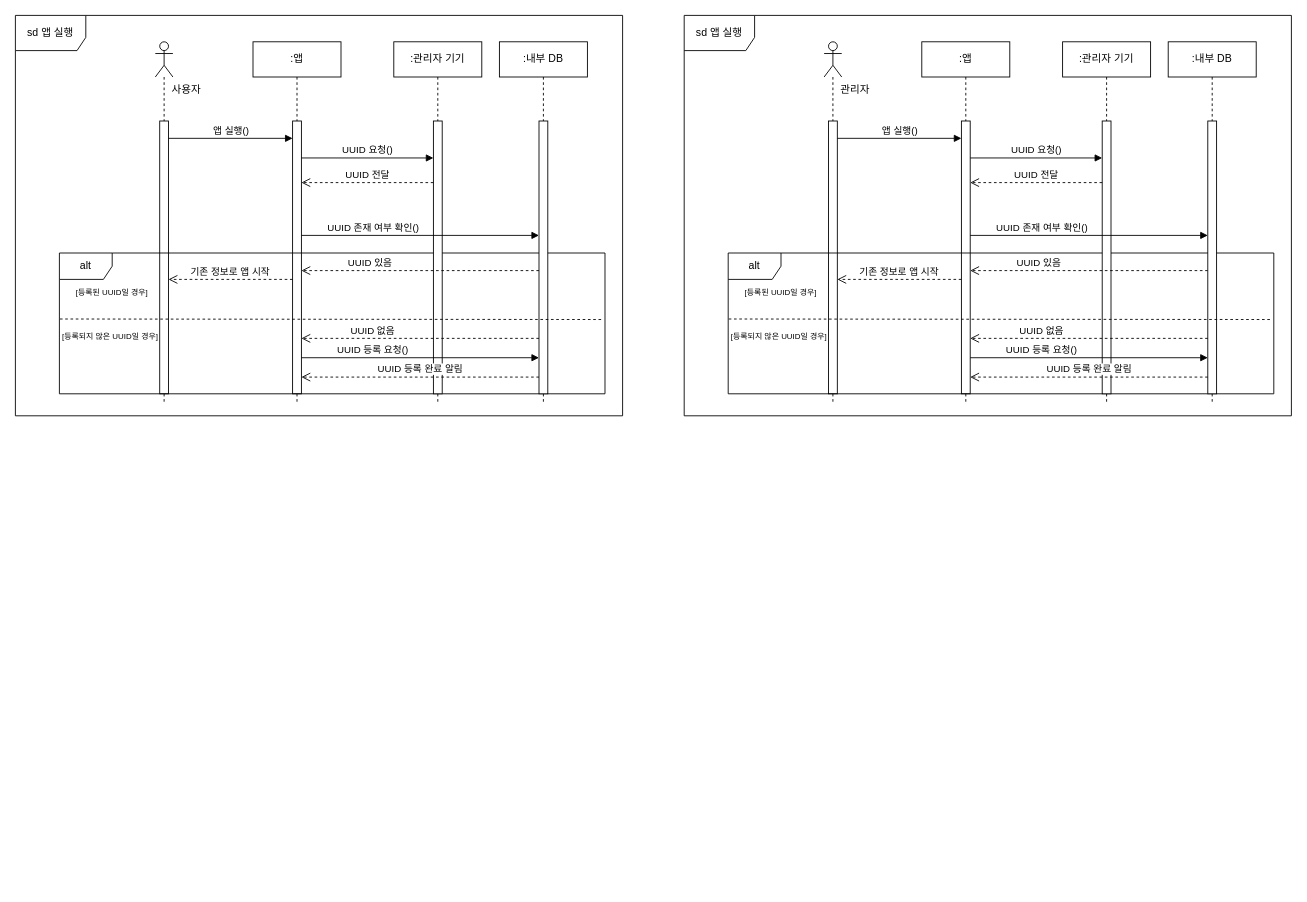
Earlier version of the draw.io diagram page "sd 앱 실행" (2 of 8) of sd.drawio (wnthsk/sejujun). Source tidied: cells renumbered, new cells numbered last; positions are measured from the earlier drawing's top-left corner, leaving out a move shared by most shapes. Both pictures are drawn from the tidied source at 88%, with x=0, y=0 at pixel (15, 15).
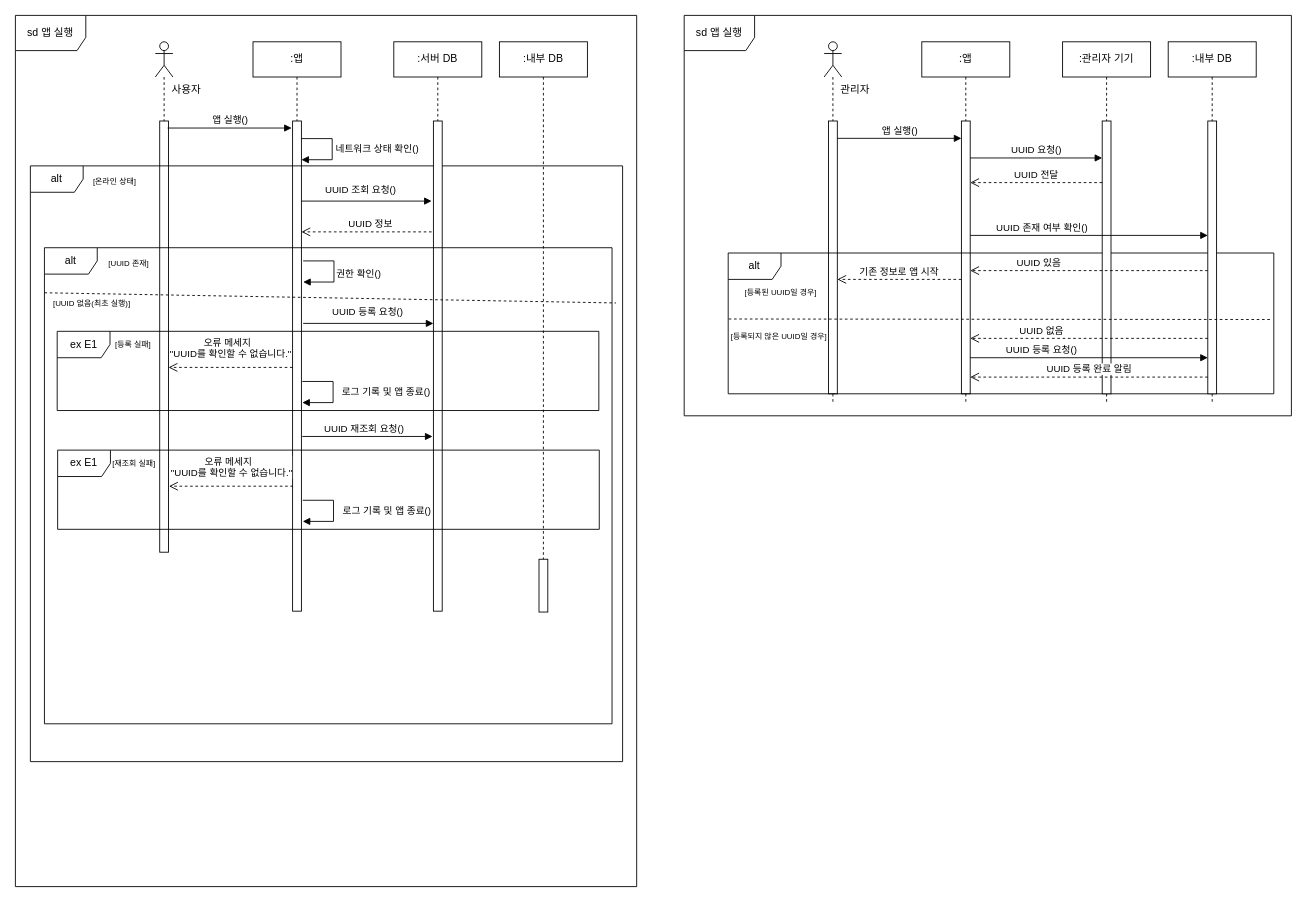
The same diagram, later.

The edit, as a diff of the source:
```diff
@@
     <mxCell id="2" style="shape=umlLifeline;perimeter=lifelinePerimeter;whiteSpace=wrap;html=1;newEdgeStyle={&quot;curved&quot;:0,&quot;rounded&quot;:0};participant=umlActor;size=40;" parent="1" vertex="1">
-      <mxGeometry x="159" y="30" width="20" height="410" as="geometry" />
+      <mxGeometry x="159" y="30" width="20" height="580" as="geometry" />
     </mxCell>
     <mxCell id="3" style="html=1;points=[[0,0,0,0,5],[0,1,0,0,-5],[1,0,0,0,5],[1,1,0,0,-5]];perimeter=orthogonalPerimeter;outlineConnect=0;targetShapes=umlLifeline;portConstraint=eastwest;newEdgeStyle={&quot;curved&quot;:0,&quot;rounded&quot;:0};" parent="2" vertex="1">
-      <mxGeometry x="5" y="90" width="10" height="310" as="geometry" />
+      <mxGeometry x="5" y="90" width="10" height="490" as="geometry" />
     </mxCell>
@@
     <mxCell id="5" value="sd 앱 실행" style="shape=umlFrame;whiteSpace=wrap;html=1;width=80;height=40;" parent="1" vertex="1">
-      <mxGeometry width="690" height="455" as="geometry" />
+      <mxGeometry width="706" height="990" as="geometry" />
     </mxCell>
     <mxCell id="6" value=":앱" style="shape=umlLifeline;perimeter=lifelinePerimeter;whiteSpace=wrap;html=1;newEdgeStyle={&quot;curved&quot;:0,&quot;rounded&quot;:0};" parent="1" vertex="1">
-      <mxGeometry x="270" y="30" width="100" height="410" as="geometry" />
+      <mxGeometry x="270" y="30" width="100" height="647" as="geometry" />
     </mxCell>
     <mxCell id="7" style="html=1;points=[[0,0,0,0,5],[0,1,0,0,-5],[1,0,0,0,5],[1,1,0,0,-5]];perimeter=orthogonalPerimeter;outlineConnect=0;targetShapes=umlLifeline;portConstraint=eastwest;newEdgeStyle={&quot;curved&quot;:0,&quot;rounded&quot;:0};" parent="6" vertex="1">
-      <mxGeometry x="45" y="90" width="10" height="310" as="geometry" />
+      <mxGeometry x="45" y="90" width="10" height="557" as="geometry" />
     </mxCell>
+    <mxCell id="14" value="네트워크 상태 확인()" style="html=1;verticalAlign=bottom;endArrow=block;curved=0;rounded=0;" parent="6" edge="1" source="7" target="7">
+      <mxGeometry x="0.19" y="51" relative="1" as="geometry">
+        <Array as="points">
+          <mxPoint x="90" y="110" />
+          <mxPoint x="90" y="134" />
+        </Array>
+      </mxGeometry>
+    </mxCell>
-    <mxCell id="8" value="앱 실행()" style="html=1;verticalAlign=bottom;endArrow=block;curved=0;rounded=0;entryX=0;entryY=0;entryDx=0;entryDy=5;" parent="1" edge="1" source="3">
+    <mxCell id="8" value="앱 실행()" style="html=1;verticalAlign=bottom;endArrow=block;curved=0;rounded=0;entryX=0;entryY=0;entryDx=0;entryDy=5;" parent="1" edge="1">
       <mxGeometry relative="1" as="geometry">
-        <mxPoint x="315" y="139.7" as="targetPoint" />
+        <mxPoint x="173" y="128" as="sourcePoint" />
+        <mxPoint x="314" y="128" as="targetPoint" />
       </mxGeometry>
     </mxCell>
-    <mxCell id="9" value="기존 정보로 앱 시작" style="html=1;verticalAlign=bottom;endArrow=open;dashed=1;endSize=8;curved=0;rounded=0;exitX=0;exitY=1;exitDx=0;exitDy=-5;" parent="1" edge="1" target="3">
-      <mxGeometry relative="1" as="geometry">
-        <mxPoint x="315" y="300" as="sourcePoint" />
-      </mxGeometry>
-    </mxCell>
     <mxCell id="10" value="alt" style="shape=umlFrame;whiteSpace=wrap;html=1;" parent="1" vertex="1">
-      <mxGeometry x="50" y="270" width="620" height="160" as="geometry" />
+      <mxGeometry x="17" y="171" width="673" height="677" as="geometry" />
     </mxCell>
-    <mxCell id="11" value=":관리자 기기" style="shape=umlLifeline;perimeter=lifelinePerimeter;whiteSpace=wrap;html=1;newEdgeStyle={&quot;curved&quot;:0,&quot;rounded&quot;:0};" parent="1" vertex="1">
-      <mxGeometry x="430" y="30" width="100" height="410" as="geometry" />
+    <mxCell id="11" value=":서버 DB" style="shape=umlLifeline;perimeter=lifelinePerimeter;whiteSpace=wrap;html=1;newEdgeStyle={&quot;curved&quot;:0,&quot;rounded&quot;:0};" parent="1" vertex="1">
+      <mxGeometry x="430" y="30" width="100" height="647" as="geometry" />
     </mxCell>
     <mxCell id="12" style="html=1;perimeter=orthogonalPerimeter;targetShapes=umlLifeline;newEdgeStyle={&quot;curved&quot;:0,&quot;rounded&quot;:0};" parent="11" vertex="1">
-      <mxGeometry x="45" y="90" width="10" height="310" as="geometry" />
+      <mxGeometry x="45" y="90" width="10" height="557" as="geometry" />
     </mxCell>
-    <mxCell id="13" value="UUID 전달" style="html=1;verticalAlign=bottom;endArrow=open;dashed=1;endSize=8;curved=0;rounded=0;exitX=0;exitY=1;exitDx=0;exitDy=-5;" parent="1" edge="1">
-      <mxGeometry relative="1" as="geometry">
-        <mxPoint x="475" y="190" as="sourcePoint" />
-        <mxPoint x="325" y="190" as="targetPoint" />
-      </mxGeometry>
-    </mxCell>
-    <mxCell id="14" value="UUID 요청()" style="html=1;verticalAlign=bottom;endArrow=block;curved=0;rounded=0;entryX=0;entryY=0;entryDx=0;entryDy=5;" parent="1" edge="1">
-      <mxGeometry relative="1" as="geometry">
-        <mxPoint x="325" y="162" as="sourcePoint" />
-        <mxPoint x="475" y="162" as="targetPoint" />
-      </mxGeometry>
-    </mxCell>
-    <mxCell id="15" value="UUID 존재 여부 확인()" style="html=1;verticalAlign=bottom;endArrow=block;curved=0;rounded=0;align=right;" parent="1" edge="1" source="7">
-      <mxGeometry relative="1" as="geometry">
-        <mxPoint x="595" y="250" as="targetPoint" />
-      </mxGeometry>
-    </mxCell>
-    <mxCell id="16" value="UUID 있음&amp;nbsp; &amp;nbsp; &amp;nbsp; &amp;nbsp; &amp;nbsp;&amp;nbsp;" style="html=1;verticalAlign=bottom;endArrow=open;dashed=1;endSize=8;curved=0;rounded=0;exitX=0;exitY=1;exitDx=0;exitDy=-5;align=right;" parent="1" edge="1">
-      <mxGeometry relative="1" as="geometry">
-        <mxPoint x="595" y="290" as="sourcePoint" />
-        <mxPoint x="325" y="290" as="targetPoint" />
+    <mxCell id="16" value="UUID 정보&amp;nbsp;" style="html=1;verticalAlign=bottom;endArrow=open;dashed=1;endSize=8;curved=0;rounded=0;exitX=0;exitY=1;exitDx=0;exitDy=-5;align=right;" parent="1" edge="1">
+      <mxGeometry x="-0.46" relative="1" as="geometry">
+        <mxPoint x="473" y="246" as="sourcePoint" />
+        <mxPoint x="325" y="246" as="targetPoint" />
+        <Array as="points">
+          <mxPoint x="410" y="246" />
+        </Array>
       </mxGeometry>
     </mxCell>
     <mxCell id="17" value=":내부 DB" style="shape=umlLifeline;perimeter=lifelinePerimeter;whiteSpace=wrap;html=1;newEdgeStyle={&quot;curved&quot;:0,&quot;rounded&quot;:0};" parent="1" vertex="1">
-      <mxGeometry x="550" y="30" width="100" height="410" as="geometry" />
+      <mxGeometry x="550" y="30" width="100" height="648" as="geometry" />
     </mxCell>
     <mxCell id="18" style="html=1;perimeter=orthogonalPerimeter;targetShapes=umlLifeline;newEdgeStyle={&quot;curved&quot;:0,&quot;rounded&quot;:0};" parent="17" vertex="1">
-      <mxGeometry x="45" y="90" width="10" height="310" as="geometry" />
+      <mxGeometry x="45" y="588" width="10" height="60" as="geometry" />
     </mxCell>
-    <mxCell id="19" value="UUID 없음&amp;nbsp; &amp;nbsp; &amp;nbsp; &amp;nbsp; &amp;nbsp;" style="html=1;verticalAlign=bottom;endArrow=open;dashed=1;endSize=8;curved=0;rounded=0;exitX=0;exitY=1;exitDx=0;exitDy=-5;align=right;" parent="1" edge="1">
-      <mxGeometry relative="1" as="geometry">
-        <mxPoint x="595" y="367" as="sourcePoint" />
-        <mxPoint x="325" y="367" as="targetPoint" />
-      </mxGeometry>
-    </mxCell>
-    <mxCell id="20" value="UUID 등록 요청()&amp;nbsp; &amp;nbsp;&amp;nbsp;" style="html=1;verticalAlign=bottom;endArrow=block;curved=0;rounded=0;align=right;" parent="1" edge="1">
-      <mxGeometry relative="1" as="geometry">
-        <mxPoint x="325" y="389" as="sourcePoint" />
-        <mxPoint x="595" y="389" as="targetPoint" />
+    <mxCell id="20" value="UUID 조회 요청()" style="html=1;verticalAlign=bottom;endArrow=block;curved=0;rounded=0;align=right;" parent="1" edge="1" source="7">
+      <mxGeometry x="0.49" y="4" relative="1" as="geometry">
+        <mxPoint x="473" y="211" as="targetPoint" />
+        <mxPoint x="-1" as="offset" />
       </mxGeometry>
     </mxCell>
-    <mxCell id="21" style="endArrow=none;dashed=1;html=1;rounded=0;exitX=0.001;exitY=0.5;exitDx=0;exitDy=0;exitPerimeter=0;entryX=0.995;entryY=0.504;entryDx=0;entryDy=0;entryPerimeter=0;" parent="1" edge="1">
+    <mxCell id="21" style="endArrow=none;dashed=1;html=1;rounded=0;exitX=-0.002;exitY=0.19;exitDx=0;exitDy=0;exitPerimeter=0;entryX=1.007;entryY=0.116;entryDx=0;entryDy=0;entryPerimeter=0;" parent="1" edge="1" target="48">
       <mxGeometry relative="1" as="geometry">
-        <mxPoint x="50.6" y="345" as="sourcePoint" />
-        <mxPoint x="666.9" y="345.6" as="targetPoint" />
+        <mxPoint x="33" y="315.2" as="sourcePoint" />
       </mxGeometry>
     </mxCell>
-    <mxCell id="22" value="&lt;font&gt;[등록된 UUID일 경우]&lt;/font&gt;" style="text;html=1;align=center;verticalAlign=middle;whiteSpace=wrap;rounded=0;fontSize=9;" parent="1" vertex="1">
-      <mxGeometry x="50" y="300" width="120" height="30" as="geometry" />
+    <mxCell id="22" value="&lt;font&gt;[온라인 상태]&lt;/font&gt;" style="text;html=1;align=center;verticalAlign=middle;whiteSpace=wrap;rounded=0;fontSize=9;" parent="1" vertex="1">
+      <mxGeometry x="53" y="174" width="120" height="30" as="geometry" />
     </mxCell>
-    <mxCell id="23" value="&lt;font&gt;[등록되지 않은 UUID일 경우]&lt;/font&gt;" style="text;html=1;align=center;verticalAlign=middle;whiteSpace=wrap;rounded=0;fontSize=9;" parent="1" vertex="1">
-      <mxGeometry x="43" y="350" width="130" height="30" as="geometry" />
+    <mxCell id="23" value="[UUID 없음(최초 실행)]" style="text;html=1;align=center;verticalAlign=middle;whiteSpace=wrap;rounded=0;fontSize=9;" parent="1" vertex="1">
+      <mxGeometry x="22" y="313" width="130" height="30" as="geometry" />
     </mxCell>
-    <mxCell id="24" value="UUID 등록 완료 알림" style="html=1;verticalAlign=bottom;endArrow=open;dashed=1;endSize=8;curved=0;rounded=0;" parent="1" edge="1">
-      <mxGeometry relative="1" as="geometry">
-        <mxPoint x="595" y="411" as="sourcePoint" />
-        <mxPoint x="325" y="411" as="targetPoint" />
-      </mxGeometry>
-    </mxCell>
@@
+    <mxCell id="48" value="alt" style="shape=umlFrame;whiteSpace=wrap;html=1;" parent="1" vertex="1">
+      <mxGeometry x="33" y="264" width="645" height="541" as="geometry" />
+    </mxCell>
+    <mxCell id="49" value="&lt;font&gt;[UUID 존재]&lt;/font&gt;" style="text;html=1;align=center;verticalAlign=middle;whiteSpace=wrap;rounded=0;fontSize=9;" parent="1" vertex="1">
+      <mxGeometry x="69" y="267" width="120" height="30" as="geometry" />
+    </mxCell>
+    <mxCell id="50" value="권한 확인()" style="html=1;verticalAlign=bottom;endArrow=block;curved=0;rounded=0;" parent="1" edge="1">
+      <mxGeometry x="0.26" y="-28" relative="1" as="geometry">
+        <mxPoint x="327" y="279" as="sourcePoint" />
+        <mxPoint x="327" y="303" as="targetPoint" />
+        <Array as="points">
+          <mxPoint x="362" y="279" />
+          <mxPoint x="362" y="303" />
+        </Array>
+        <mxPoint x="28" y="28" as="offset" />
+      </mxGeometry>
+    </mxCell>
+    <mxCell id="51" value="UUID 등록 요청()" style="html=1;verticalAlign=bottom;endArrow=block;curved=0;rounded=0;align=right;" parent="1" edge="1">
+      <mxGeometry x="0.55" y="4" relative="1" as="geometry">
+        <mxPoint x="327" y="350" as="sourcePoint" />
+        <mxPoint x="475" y="350" as="targetPoint" />
+      </mxGeometry>
+    </mxCell>
+    <mxCell id="52" value="UUID 재조회 요청()" style="html=1;verticalAlign=bottom;endArrow=block;curved=0;rounded=0;align=right;" parent="1" edge="1">
+      <mxGeometry x="0.58" relative="1" as="geometry">
+        <mxPoint x="326" y="478.5" as="sourcePoint" />
+        <mxPoint x="474" y="478.5" as="targetPoint" />
+      </mxGeometry>
+    </mxCell>
+    <mxCell id="53" value="ex E1" style="shape=umlFrame;whiteSpace=wrap;html=1;" parent="1" vertex="1">
+      <mxGeometry x="47.5" y="359" width="615.5" height="90" as="geometry" />
+    </mxCell>
+    <mxCell id="54" value="[등록 실패]" style="text;html=1;align=center;verticalAlign=middle;whiteSpace=wrap;rounded=0;fontSize=9;" parent="1" vertex="1">
+      <mxGeometry x="69" y="359" width="130" height="30" as="geometry" />
+    </mxCell>
+    <mxCell id="55" value="&amp;nbsp; &amp;nbsp;오류 메세지&amp;nbsp; &amp;nbsp; &amp;nbsp; &amp;nbsp; &amp;nbsp; &amp;nbsp; &amp;nbsp; &amp;nbsp;&lt;div&gt;&quot;UUID를 확인할 수 없습니다.&quot;&lt;/div&gt;" style="html=1;verticalAlign=bottom;endArrow=open;dashed=1;endSize=8;curved=0;rounded=0;align=right;" parent="1" edge="1" source="7" target="3">
+      <mxGeometry x="-1" y="-6" relative="1" as="geometry">
+        <Array as="points">
+          <mxPoint x="254" y="400" />
+        </Array>
+      </mxGeometry>
+    </mxCell>
+    <mxCell id="56" value="로그 기록 및 앱 종료()" style="html=1;verticalAlign=bottom;endArrow=block;curved=0;rounded=0;" parent="1" edge="1">
+      <mxGeometry x="0.19" y="60" relative="1" as="geometry">
+        <mxPoint x="326" y="416" as="sourcePoint" />
+        <mxPoint x="326" y="440" as="targetPoint" />
+        <Array as="points">
+          <mxPoint x="361" y="416" />
+          <mxPoint x="361" y="440" />
+        </Array>
+      </mxGeometry>
+    </mxCell>
+    <mxCell id="57" value="ex E1" style="shape=umlFrame;whiteSpace=wrap;html=1;" parent="1" vertex="1">
+      <mxGeometry x="48" y="494" width="615.5" height="90" as="geometry" />
+    </mxCell>
+    <mxCell id="58" value="[재조회 실패]" style="text;html=1;align=center;verticalAlign=middle;whiteSpace=wrap;rounded=0;fontSize=9;" parent="1" vertex="1">
+      <mxGeometry x="69.5" y="494" width="130" height="30" as="geometry" />
+    </mxCell>
+    <mxCell id="59" value="&amp;nbsp; &amp;nbsp;오류 메세지&amp;nbsp; &amp;nbsp; &amp;nbsp; &amp;nbsp; &amp;nbsp; &amp;nbsp; &amp;nbsp; &amp;nbsp;&lt;div&gt;&quot;UUID를 확인할 수 없습니다.&quot;&lt;/div&gt;" style="html=1;verticalAlign=bottom;endArrow=open;dashed=1;endSize=8;curved=0;rounded=0;align=right;" parent="1" edge="1">
+      <mxGeometry x="-1" y="-6" relative="1" as="geometry">
+        <mxPoint x="315.5" y="535" as="sourcePoint" />
+        <mxPoint x="174.5" y="535" as="targetPoint" />
+        <Array as="points">
+          <mxPoint x="254.5" y="535" />
+        </Array>
+      </mxGeometry>
+    </mxCell>
+    <mxCell id="60" value="로그 기록 및 앱 종료()" style="html=1;verticalAlign=bottom;endArrow=block;curved=0;rounded=0;" parent="1" edge="1">
+      <mxGeometry x="0.19" y="60" relative="1" as="geometry">
+        <mxPoint x="326.5" y="551" as="sourcePoint" />
+        <mxPoint x="326.5" y="575" as="targetPoint" />
+        <Array as="points">
+          <mxPoint x="361.5" y="551" />
+          <mxPoint x="361.5" y="575" />
+        </Array>
+      </mxGeometry>
+    </mxCell>
```
